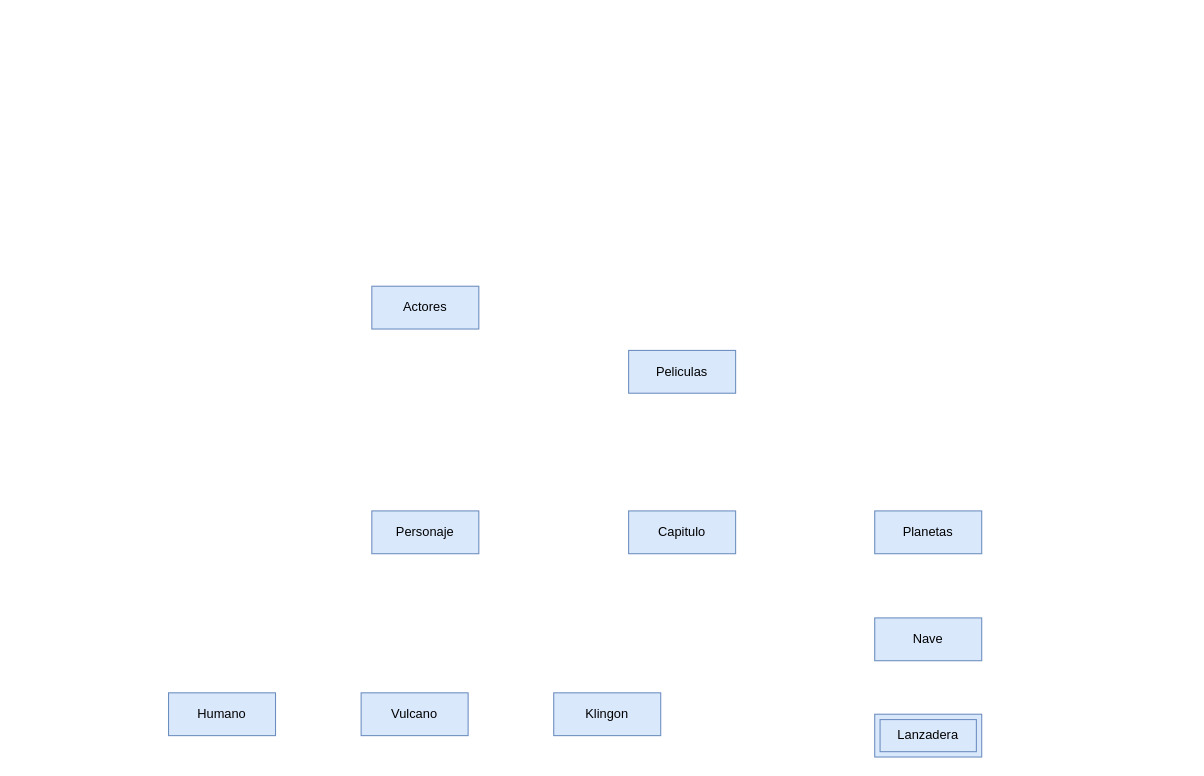
Earlier version of the draw.io diagram Unidad_1/Tareas/Tareas_entregables/Tarea_3/Star-Trek.drawio (OxideVanadium/base_de_datos). Source tidied: cells renumbered, new cells numbered last; positions are measured from the earlier drawing's top-left corner, leaving out a move shared by most shapes. Both pictures are drawn from the tidied source at 107%, with x=0, y=0 at pixel (168, 286).
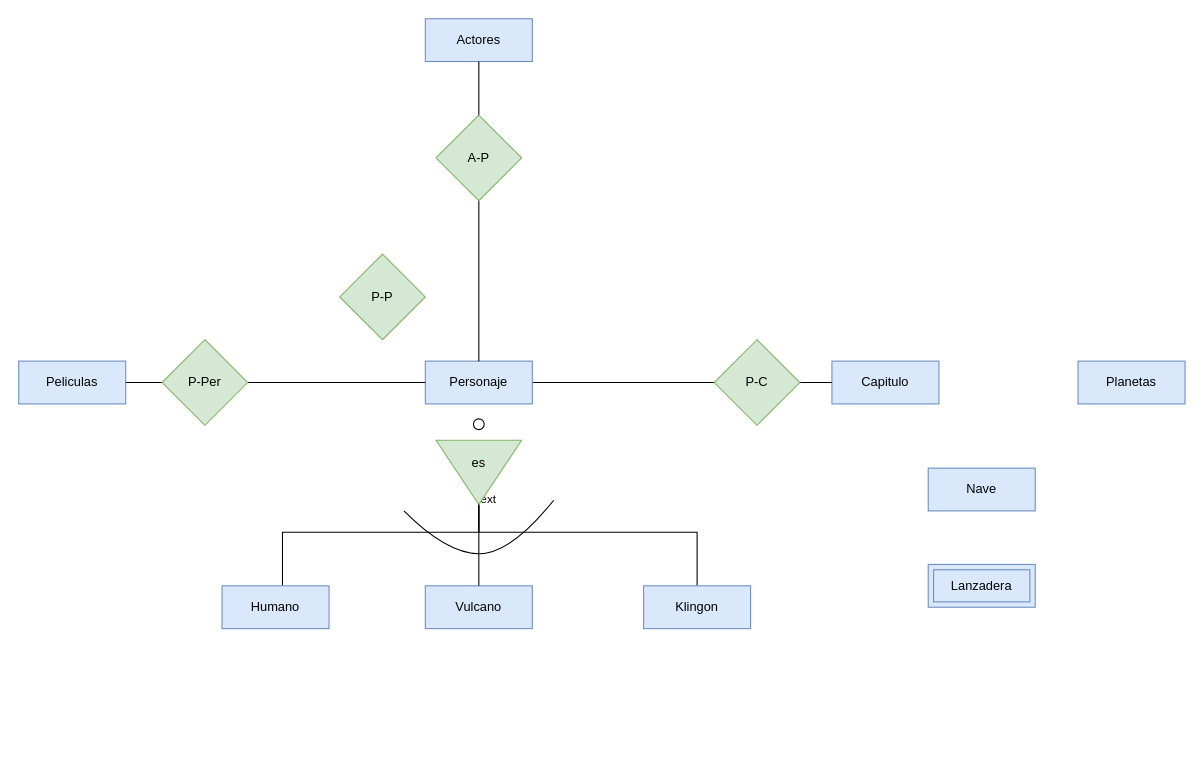
Above is the later version.

What changed in the source:
```diff
@@
     <mxCell id="2" value="Actores" style="whiteSpace=wrap;html=1;align=center;fillColor=#dae8fc;strokeColor=#6c8ebf;" parent="1" vertex="1">
-      <mxGeometry x="190" width="100" height="40" as="geometry" />
+      <mxGeometry x="240" y="-250" width="100" height="40" as="geometry" />
     </mxCell>
+    <mxCell id="12" style="edgeStyle=orthogonalEdgeStyle;rounded=0;jettySize=auto;html=1;endArrow=none;endFill=0;" parent="1" edge="1" source="3" target="25">
+      <mxGeometry relative="1" as="geometry" />
+    </mxCell>
     <mxCell id="3" value="Personaje" style="whiteSpace=wrap;html=1;align=center;fillColor=#dae8fc;strokeColor=#6c8ebf;" parent="1" vertex="1">
-      <mxGeometry x="190" y="210" width="100" height="40" as="geometry" />
+      <mxGeometry x="240" y="70" width="100" height="40" as="geometry" />
     </mxCell>
+    <mxCell id="13" style="edgeStyle=orthogonalEdgeStyle;rounded=0;orthogonalLoop=1;jettySize=auto;html=1;entryX=0.908;entryY=0.519;entryDx=0;entryDy=0;entryPerimeter=0;endArrow=none;endFill=0;" parent="1" edge="1">
+      <mxGeometry relative="1" as="geometry">
+        <mxPoint x="106.5" y="280" as="sourcePoint" />
+        <mxPoint x="295" y="198.5" as="targetPoint" />
+        <Array as="points">
+          <mxPoint x="106" y="230" />
+          <mxPoint x="290" y="230" />
+          <mxPoint x="290" y="199" />
+        </Array>
+      </mxGeometry>
+    </mxCell>
+    <mxCell id="14" value="Text" style="edgeLabel;html=1;align=center;verticalAlign=middle;" parent="13" vertex="1">
+      <mxGeometry x="1" relative="1" as="geometry" />
+    </mxCell>
     <mxCell id="4" value="&lt;div&gt;Humano&lt;/div&gt;" style="whiteSpace=wrap;html=1;align=center;fillColor=#dae8fc;strokeColor=#6c8ebf;" parent="1" vertex="1">
-      <mxGeometry y="380" width="100" height="40" as="geometry" />
+      <mxGeometry x="50" y="280" width="100" height="40" as="geometry" />
     </mxCell>
     <mxCell id="5" value="&lt;div&gt;Vulcano&lt;/div&gt;" style="whiteSpace=wrap;html=1;align=center;fillColor=#dae8fc;strokeColor=#6c8ebf;" parent="1" vertex="1">
-      <mxGeometry x="180" y="380" width="100" height="40" as="geometry" />
+      <mxGeometry x="240" y="280" width="100" height="40" as="geometry" />
     </mxCell>
+    <mxCell id="15" style="edgeStyle=orthogonalEdgeStyle;rounded=0;jettySize=auto;html=1;endArrow=none;endFill=0;" parent="1" edge="1" source="6">
+      <mxGeometry relative="1" as="geometry">
+        <mxPoint x="290" y="200" as="targetPoint" />
+        <Array as="points">
+          <mxPoint x="494" y="230" />
+          <mxPoint x="290" y="230" />
+        </Array>
+      </mxGeometry>
+    </mxCell>
     <mxCell id="6" value="Klingon" style="whiteSpace=wrap;html=1;align=center;fillColor=#dae8fc;strokeColor=#6c8ebf;" parent="1" vertex="1">
-      <mxGeometry x="360" y="380" width="100" height="40" as="geometry" />
+      <mxGeometry x="444" y="280" width="100" height="40" as="geometry" />
     </mxCell>
     <mxCell id="7" value="Capitulo" style="whiteSpace=wrap;html=1;align=center;fillColor=#dae8fc;strokeColor=#6c8ebf;" parent="1" vertex="1">
-      <mxGeometry x="430" y="210" width="100" height="40" as="geometry" />
+      <mxGeometry x="620" y="70" width="100" height="40" as="geometry" />
     </mxCell>
     <mxCell id="8" value="Peliculas" style="whiteSpace=wrap;html=1;align=center;fillColor=#dae8fc;strokeColor=#6c8ebf;" parent="1" vertex="1">
-      <mxGeometry x="430" y="60" width="100" height="40" as="geometry" />
+      <mxGeometry x="-140" y="70" width="100" height="40" as="geometry" />
     </mxCell>
     <mxCell id="9" value="Planetas" style="whiteSpace=wrap;html=1;align=center;fillColor=#dae8fc;strokeColor=#6c8ebf;" parent="1" vertex="1">
-      <mxGeometry x="660" y="210" width="100" height="40" as="geometry" />
+      <mxGeometry x="850" y="70" width="100" height="40" as="geometry" />
     </mxCell>
     <mxCell id="10" value="Nave" style="whiteSpace=wrap;html=1;align=center;fillColor=#dae8fc;strokeColor=#6c8ebf;" parent="1" vertex="1">
-      <mxGeometry x="660" y="310" width="100" height="40" as="geometry" />
+      <mxGeometry x="710" y="170" width="100" height="40" as="geometry" />
     </mxCell>
     <mxCell id="11" value="Lanzadera" style="shape=ext;margin=3;double=1;whiteSpace=wrap;html=1;align=center;fillColor=#dae8fc;strokeColor=#6c8ebf;" parent="1" vertex="1">
-      <mxGeometry x="660" y="400" width="100" height="40" as="geometry" />
+      <mxGeometry x="710" y="260" width="100" height="40" as="geometry" />
     </mxCell>
+    <mxCell id="16" style="edgeStyle=orthogonalEdgeStyle;rounded=0;jettySize=auto;html=1;entryX=0.5;entryY=1;entryDx=0;entryDy=0;endArrow=none;endFill=0;" parent="1" edge="1" source="18" target="2">
+      <mxGeometry relative="1" as="geometry" />
+    </mxCell>
+    <mxCell id="17" style="edgeStyle=orthogonalEdgeStyle;rounded=0;jettySize=auto;html=1;endArrow=none;endFill=0;" parent="1" edge="1" source="18" target="3">
+      <mxGeometry relative="1" as="geometry" />
+    </mxCell>
+    <mxCell id="18" value="A-P" style="rhombus;whiteSpace=wrap;html=1;fillColor=#d5e8d4;strokeColor=#82b366;" parent="1" vertex="1">
+      <mxGeometry x="250" y="-160" width="80" height="80" as="geometry" />
+    </mxCell>
+    <mxCell id="19" style="triangle;whiteSpace=wrap;html=1;rotation=90;fillColor=#d5e8d4;strokeColor=#82b366;" parent="1" vertex="1">
+      <mxGeometry x="260" y="134" width="60" height="80" as="geometry" />
+    </mxCell>
+    <mxCell id="20" style="ellipse;whiteSpace=wrap;html=1;" parent="1" vertex="1">
+      <mxGeometry x="285" y="124" width="10" height="10" as="geometry" />
+    </mxCell>
+    <mxCell id="21" value="es" style="text;html=1;strokeColor=none;fillColor=none;align=center;verticalAlign=middle;whiteSpace=wrap;rounded=0;" parent="1" vertex="1">
+      <mxGeometry x="280" y="150" width="20" height="30" as="geometry" />
+    </mxCell>
+    <mxCell id="22" style="edgeStyle=orthogonalEdgeStyle;rounded=0;jettySize=auto;html=1;endArrow=none;endFill=0;entryX=1;entryY=0.5;entryDx=0;entryDy=0;" parent="1" edge="1" source="5" target="19">
+      <mxGeometry relative="1" as="geometry" />
+    </mxCell>
+    <mxCell id="23" style="curved=1;endArrow=none;html=1;rounded=0;endFill=0;" parent="1" edge="1">
+      <mxGeometry relative="1" as="geometry">
+        <mxPoint x="220" y="210" as="sourcePoint" />
+        <mxPoint x="360" y="200" as="targetPoint" />
+        <Array as="points">
+          <mxPoint x="260" y="250" />
+          <mxPoint x="320" y="250" />
+        </Array>
+      </mxGeometry>
+    </mxCell>
+    <mxCell id="24" style="edgeStyle=orthogonalEdgeStyle;rounded=0;jettySize=auto;html=1;endArrow=none;endFill=0;" parent="1" edge="1" source="25" target="7">
+      <mxGeometry relative="1" as="geometry" />
+    </mxCell>
+    <mxCell id="25" value="P-C" style="rhombus;whiteSpace=wrap;html=1;fillColor=#d5e8d4;strokeColor=#82b366;" parent="1" vertex="1">
+      <mxGeometry x="510" y="50" width="80" height="80" as="geometry" />
+    </mxCell>
+    <mxCell id="26" style="edgeStyle=orthogonalEdgeStyle;rounded=0;jettySize=auto;html=1;endArrow=none;endFill=0;" parent="1" edge="1" source="28" target="8">
+      <mxGeometry relative="1" as="geometry" />
+    </mxCell>
+    <mxCell id="27" style="edgeStyle=orthogonalEdgeStyle;rounded=0;jettySize=auto;html=1;entryX=0;entryY=0.5;entryDx=0;entryDy=0;endArrow=none;endFill=0;" parent="1" edge="1" source="28" target="3">
+      <mxGeometry relative="1" as="geometry" />
+    </mxCell>
+    <mxCell id="28" value="P-Per" style="rhombus;whiteSpace=wrap;html=1;fillColor=#d5e8d4;strokeColor=#82b366;" parent="1" vertex="1">
+      <mxGeometry x="-6" y="50" width="80" height="80" as="geometry" />
+    </mxCell>
+    <mxCell id="29" value="P-P" style="rhombus;whiteSpace=wrap;html=1;fillColor=#d5e8d4;strokeColor=#82b366;" parent="1" vertex="1">
+      <mxGeometry x="160" y="-30" width="80" height="80" as="geometry" />
+    </mxCell>
```
